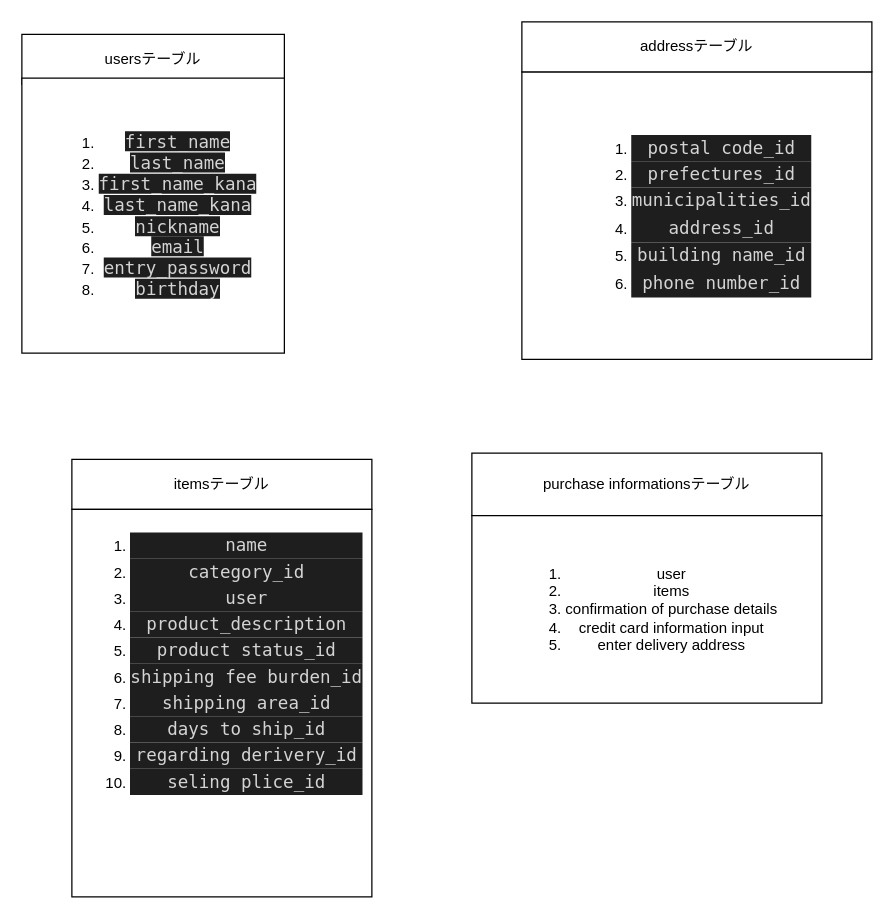
Above: test.dio in ma1sa007/furima-31981 (draw.io), before the change. Source tidied: cells renumbered, new cells numbered last; positions are measured from the earlier drawing's top-left corner, leaving out a move shared by most shapes. Both pictures are drawn from the tidied source at 125%, with x=0, y=0 at pixel (21, 21).
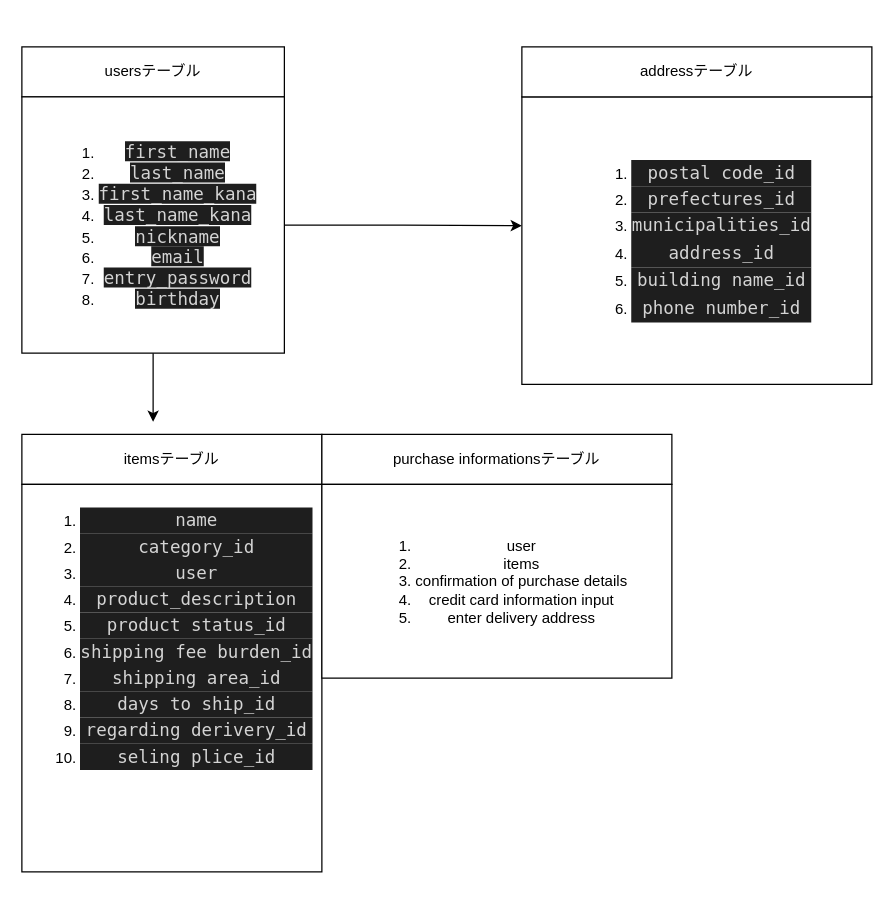
The same diagram, later.

Commit message:
テーブル設計４

Change to the diagram source:
```diff
@@
 <mxGraphModel>
   <root>
     <mxCell id="0" />
     <mxCell id="1" parent="0" />
     <mxCell id="2" style="edgeStyle=orthogonalEdgeStyle;rounded=0;jettySize=auto;html=1;" parent="1" edge="1" source="3" target="4">
       <mxGeometry relative="1" as="geometry" />
     </mxCell>
     <mxCell id="3" value="usersテーブル" style="rounded=0;whiteSpace=wrap;html=1;sketch=0;" parent="1" vertex="1">
-      <mxGeometry y="10" width="210" height="40" as="geometry" />
+      <mxGeometry y="20" width="210" height="40" as="geometry" />
     </mxCell>
+    <mxCell id="11" style="edgeStyle=orthogonalEdgeStyle;rounded=0;jettySize=auto;html=1;" parent="1" edge="1" source="4">
+      <mxGeometry relative="1" as="geometry">
+        <mxPoint x="105" y="320" as="targetPoint" />
+      </mxGeometry>
+    </mxCell>
+    <mxCell id="12" style="edgeStyle=orthogonalEdgeStyle;rounded=0;jettySize=auto;html=1;entryX=0;entryY=0.448;entryDx=0;entryDy=0;entryPerimeter=0;" parent="1" edge="1" source="4" target="7">
+      <mxGeometry relative="1" as="geometry" />
+    </mxCell>
     <mxCell id="4" value="&lt;ol&gt;&lt;li&gt;&lt;font color=&quot;#d4d4d4&quot; face=&quot;ricty diminished, menlo, monaco, courier new, monospace&quot;&gt;&lt;span style=&quot;font-size: 14px ; background-color: rgb(30 , 30 , 30)&quot;&gt;first_name&lt;/span&gt;&lt;/font&gt;&lt;/li&gt;&lt;li&gt;&lt;font color=&quot;#d4d4d4&quot; face=&quot;ricty diminished, menlo, monaco, courier new, monospace&quot;&gt;&lt;span style=&quot;font-size: 14px ; background-color: rgb(30 , 30 , 30)&quot;&gt;last_name&lt;/span&gt;&lt;/font&gt;&lt;/li&gt;&lt;li&gt;&lt;font color=&quot;#d4d4d4&quot; face=&quot;ricty diminished, menlo, monaco, courier new, monospace&quot;&gt;&lt;span style=&quot;font-size: 14px ; background-color: rgb(30 , 30 , 30)&quot;&gt;first_name_kana&lt;/span&gt;&lt;/font&gt;&lt;/li&gt;&lt;li&gt;&lt;font color=&quot;#d4d4d4&quot; face=&quot;ricty diminished, menlo, monaco, courier new, monospace&quot;&gt;&lt;span style=&quot;font-size: 14px ; background-color: rgb(30 , 30 , 30)&quot;&gt;last_name_kana&lt;/span&gt;&lt;/font&gt;&lt;/li&gt;&lt;li&gt;&lt;font color=&quot;#d4d4d4&quot; face=&quot;ricty diminished, menlo, monaco, courier new, monospace&quot;&gt;&lt;span style=&quot;font-size: 14px ; background-color: rgb(30 , 30 , 30)&quot;&gt;nickname&lt;/span&gt;&lt;/font&gt;&lt;/li&gt;&lt;li&gt;&lt;font color=&quot;#d4d4d4&quot; face=&quot;ricty diminished, menlo, monaco, courier new, monospace&quot;&gt;&lt;span style=&quot;font-size: 14px ; background-color: rgb(30 , 30 , 30)&quot;&gt;email&lt;/span&gt;&lt;/font&gt;&lt;/li&gt;&lt;li&gt;&lt;font color=&quot;#d4d4d4&quot; face=&quot;ricty diminished, menlo, monaco, courier new, monospace&quot;&gt;&lt;span style=&quot;font-size: 14px ; background-color: rgb(30 , 30 , 30)&quot;&gt;entry_password&lt;/span&gt;&lt;/font&gt;&lt;/li&gt;&lt;li&gt;&lt;font color=&quot;#d4d4d4&quot; face=&quot;ricty diminished, menlo, monaco, courier new, monospace&quot;&gt;&lt;span style=&quot;font-size: 14px ; background-color: rgb(30 , 30 , 30)&quot;&gt;birthday&lt;/span&gt;&lt;/font&gt;&lt;/li&gt;&lt;/ol&gt;" style="rounded=0;whiteSpace=wrap;html=1;sketch=0;" parent="1" vertex="1">
-      <mxGeometry y="45" width="210" height="220" as="geometry" />
+      <mxGeometry y="60" width="210" height="205" as="geometry" />
     </mxCell>
     <mxCell id="5" value="itemsテーブル" style="rounded=0;whiteSpace=wrap;html=1;sketch=0;" parent="1" vertex="1">
-      <mxGeometry x="40" y="350" width="240" height="40" as="geometry" />
+      <mxGeometry y="330" width="240" height="40" as="geometry" />
     </mxCell>
     <mxCell id="6" value="&lt;ol&gt;&lt;li&gt;&lt;div style=&quot;color: rgb(212 , 212 , 212) ; background-color: rgb(30 , 30 , 30) ; font-family: &amp;#34;ricty diminished&amp;#34; , &amp;#34;menlo&amp;#34; , &amp;#34;monaco&amp;#34; , &amp;#34;courier new&amp;#34; , monospace ; font-size: 14px ; line-height: 21px&quot;&gt;name&lt;/div&gt;&lt;/li&gt;&lt;li&gt;&lt;div style=&quot;color: rgb(212 , 212 , 212) ; background-color: rgb(30 , 30 , 30) ; font-family: &amp;#34;ricty diminished&amp;#34; , &amp;#34;menlo&amp;#34; , &amp;#34;monaco&amp;#34; , &amp;#34;courier new&amp;#34; , monospace ; font-size: 14px ; line-height: 21px&quot;&gt;category_id&lt;/div&gt;&lt;/li&gt;&lt;li&gt;&lt;div style=&quot;color: rgb(212 , 212 , 212) ; background-color: rgb(30 , 30 , 30) ; font-family: &amp;#34;ricty diminished&amp;#34; , &amp;#34;menlo&amp;#34; , &amp;#34;monaco&amp;#34; , &amp;#34;courier new&amp;#34; , monospace ; font-size: 14px ; line-height: 21px&quot;&gt;user&lt;/div&gt;&lt;/li&gt;&lt;li&gt;&lt;div style=&quot;color: rgb(212 , 212 , 212) ; background-color: rgb(30 , 30 , 30) ; font-family: &amp;#34;ricty diminished&amp;#34; , &amp;#34;menlo&amp;#34; , &amp;#34;monaco&amp;#34; , &amp;#34;courier new&amp;#34; , monospace ; font-size: 14px ; line-height: 21px&quot;&gt;product_description&lt;/div&gt;&lt;/li&gt;&lt;li&gt;&lt;div style=&quot;color: rgb(212 , 212 , 212) ; background-color: rgb(30 , 30 , 30) ; font-family: &amp;#34;ricty diminished&amp;#34; , &amp;#34;menlo&amp;#34; , &amp;#34;monaco&amp;#34; , &amp;#34;courier new&amp;#34; , monospace ; font-size: 14px ; line-height: 21px&quot;&gt;product status_id&lt;/div&gt;&lt;/li&gt;&lt;li&gt;&lt;div style=&quot;color: rgb(212 , 212 , 212) ; background-color: rgb(30 , 30 , 30) ; font-family: &amp;#34;ricty diminished&amp;#34; , &amp;#34;menlo&amp;#34; , &amp;#34;monaco&amp;#34; , &amp;#34;courier new&amp;#34; , monospace ; font-size: 14px ; line-height: 21px&quot;&gt;shipping fee burden_id&lt;/div&gt;&lt;/li&gt;&lt;li&gt;&lt;div style=&quot;color: rgb(212 , 212 , 212) ; background-color: rgb(30 , 30 , 30) ; font-family: &amp;#34;ricty diminished&amp;#34; , &amp;#34;menlo&amp;#34; , &amp;#34;monaco&amp;#34; , &amp;#34;courier new&amp;#34; , monospace ; font-size: 14px ; line-height: 21px&quot;&gt;shipping area_id&lt;/div&gt;&lt;/li&gt;&lt;li&gt;&lt;div style=&quot;color: rgb(212 , 212 , 212) ; background-color: rgb(30 , 30 , 30) ; font-family: &amp;#34;ricty diminished&amp;#34; , &amp;#34;menlo&amp;#34; , &amp;#34;monaco&amp;#34; , &amp;#34;courier new&amp;#34; , monospace ; font-size: 14px ; line-height: 21px&quot;&gt;days to ship_id&lt;/div&gt;&lt;/li&gt;&lt;li&gt;&lt;div style=&quot;color: rgb(212 , 212 , 212) ; background-color: rgb(30 , 30 , 30) ; font-family: &amp;#34;ricty diminished&amp;#34; , &amp;#34;menlo&amp;#34; , &amp;#34;monaco&amp;#34; , &amp;#34;courier new&amp;#34; , monospace ; font-size: 14px ; line-height: 21px&quot;&gt;regarding derivery_id&lt;/div&gt;&lt;/li&gt;&lt;li&gt;&lt;div style=&quot;color: rgb(212 , 212 , 212) ; background-color: rgb(30 , 30 , 30) ; font-family: &amp;#34;ricty diminished&amp;#34; , &amp;#34;menlo&amp;#34; , &amp;#34;monaco&amp;#34; , &amp;#34;courier new&amp;#34; , monospace ; font-size: 14px ; line-height: 21px&quot;&gt;seling plice_id&lt;/div&gt;&lt;/li&gt;&lt;/ol&gt;" style="rounded=0;whiteSpace=wrap;html=1;sketch=0;align=center;verticalAlign=top;" parent="1" vertex="1">
-      <mxGeometry x="40" y="390" width="240" height="310" as="geometry" />
+      <mxGeometry y="370" width="240" height="310" as="geometry" />
     </mxCell>
     <mxCell id="7" value="&lt;ol&gt;&lt;li&gt;&lt;div style=&quot;color: rgb(212 , 212 , 212) ; background-color: rgb(30 , 30 , 30) ; font-family: &amp;#34;ricty diminished&amp;#34; , &amp;#34;menlo&amp;#34; , &amp;#34;monaco&amp;#34; , &amp;#34;courier new&amp;#34; , monospace ; font-size: 14px ; line-height: 21px&quot;&gt;postal code_id&lt;/div&gt;&lt;/li&gt;&lt;li&gt;&lt;div style=&quot;color: rgb(212 , 212 , 212) ; background-color: rgb(30 , 30 , 30) ; font-family: &amp;#34;ricty diminished&amp;#34; , &amp;#34;menlo&amp;#34; , &amp;#34;monaco&amp;#34; , &amp;#34;courier new&amp;#34; , monospace ; font-size: 14px ; line-height: 21px&quot;&gt;prefectures_id&lt;/div&gt;&lt;/li&gt;&lt;li&gt;&lt;div style=&quot;background-color: rgb(30 , 30 , 30) ; line-height: 21px&quot;&gt;&lt;font color=&quot;#d4d4d4&quot; face=&quot;ricty diminished, menlo, monaco, courier new, monospace&quot;&gt;&lt;span style=&quot;font-size: 14px&quot;&gt;municipalities_id&lt;/span&gt;&lt;/font&gt;&lt;br&gt;&lt;/div&gt;&lt;/li&gt;&lt;li&gt;&lt;div style=&quot;background-color: rgb(30 , 30 , 30) ; line-height: 21px&quot;&gt;&lt;font color=&quot;#d4d4d4&quot; face=&quot;ricty diminished, menlo, monaco, courier new, monospace&quot;&gt;&lt;span style=&quot;font-size: 14px&quot;&gt;address_id&lt;/span&gt;&lt;br&gt;&lt;/font&gt;&lt;/div&gt;&lt;/li&gt;&lt;li&gt;&lt;div style=&quot;background-color: rgb(30 , 30 , 30) ; line-height: 21px&quot;&gt;&lt;font color=&quot;#d4d4d4&quot; face=&quot;ricty diminished, menlo, monaco, courier new, monospace&quot;&gt;&lt;span style=&quot;font-size: 14px&quot;&gt;building name_id&lt;/span&gt;&lt;br&gt;&lt;/font&gt;&lt;/div&gt;&lt;/li&gt;&lt;li&gt;&lt;div style=&quot;background-color: rgb(30 , 30 , 30) ; line-height: 21px&quot;&gt;&lt;font color=&quot;#d4d4d4&quot; face=&quot;ricty diminished, menlo, monaco, courier new, monospace&quot;&gt;&lt;span style=&quot;font-size: 14px&quot;&gt;phone number_id&lt;/span&gt;&lt;br&gt;&lt;/font&gt;&lt;/div&gt;&lt;/li&gt;&lt;/ol&gt;" style="rounded=0;whiteSpace=wrap;html=1;sketch=0;align=center;labelPosition=center;verticalLabelPosition=middle;verticalAlign=middle;" parent="1" vertex="1">
-      <mxGeometry x="400" y="40" width="280" height="230" as="geometry" />
+      <mxGeometry x="400" y="60" width="280" height="230" as="geometry" />
     </mxCell>
     <mxCell id="8" value="addressテーブル" style="whiteSpace=wrap;html=1;rounded=0;sketch=0;align=center;" parent="1" vertex="1">
-      <mxGeometry x="400" width="280" height="40" as="geometry" />
+      <mxGeometry x="400" y="20" width="280" height="40" as="geometry" />
     </mxCell>
     <mxCell id="9" value="purchase informationsテーブル" style="whiteSpace=wrap;html=1;" parent="1" vertex="1">
-      <mxGeometry x="360" y="345" width="280" height="50" as="geometry" />
+      <mxGeometry x="240" y="330" width="280" height="40" as="geometry" />
     </mxCell>
     <mxCell id="10" value="&lt;ol&gt;&lt;li&gt;user&lt;/li&gt;&lt;li&gt;items&lt;/li&gt;&lt;li&gt;confirmation of purchase details&lt;br&gt;&lt;/li&gt;&lt;li&gt;credit card information input&lt;br&gt;&lt;/li&gt;&lt;li&gt;enter delivery address&lt;br&gt;&lt;/li&gt;&lt;/ol&gt;" style="whiteSpace=wrap;html=1;" parent="1" vertex="1">
-      <mxGeometry x="360" y="395" width="280" height="150" as="geometry" />
+      <mxGeometry x="240" y="370" width="280" height="155" as="geometry" />
     </mxCell>
   </root>
 </mxGraphModel>
```
